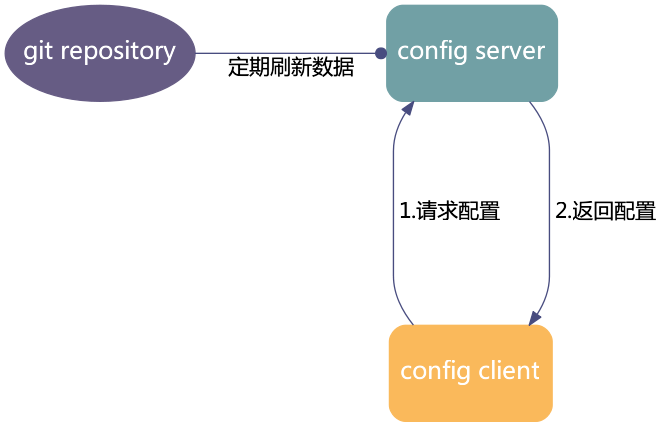
Before: static/image/2019/07/spring-cloud-config.png, a diagram exported from Graphviz (Jeanhwea/jeanhwea.github.io). Its source is kept beside it as static/image/2019/07/spring-cloud-config.dot.
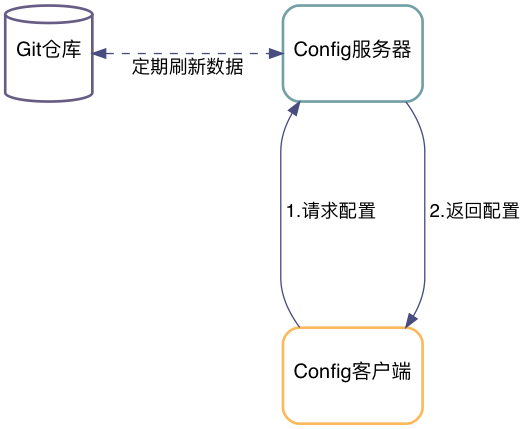
Above is the later version.

Diff of the diagram source:
```diff
@@ -2,28 +2,28 @@
   rankdir=BT;
   node [
     shape=box;
-    style="filled,rounded";
+    style=rounded;
     color="#ffffff";
-    fontcolor="#ffffff";
+    fontcolor="#000000";
     fontname="Microsoft YaHei";
-    fontsize="18";
+    fontsize="15";
     height=1;
+    penwidth=2;
   ];
-  fontname="Microsoft YaHei";
 
   edge [
     color="#484c7f";
     fontname="Microsoft YaHei";
-    fontsize="16";
+    fontsize="14";
     minlen=4;
   ];
 
-  client [label="config client", color="#fab95b"];
-  server [label="config server", color="#71a0a5"];
-  repo [label="git repository", shape=ellipse; color="#665c84"];
+  client [label="Config客户端"; color="#fab95b"];
+  server [label="Config服务器"; color="#71a0a5"];
+  repo [label="Git仓库"; shape=cylinder; style="normal"; color="#665c84"; fontcolor="#000000"];
 
   client -> server [label=" 1.请求配置"];
   server -> client [label=" 2.返回配置"];
-  repo -> server [label="定期刷新数据", arrowhead=dot];
+  repo -> server [label="定期刷新数据"; dir=both; style=dashed];
   {rank=same; server; repo;}
 }
```
